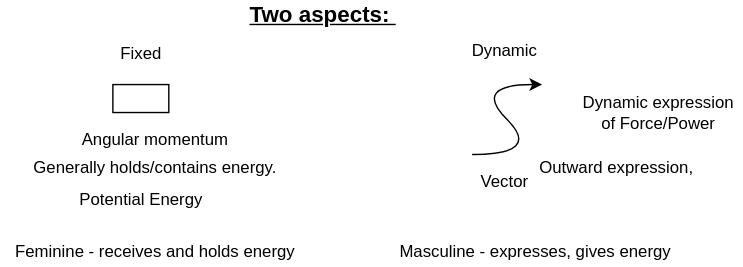
The draw.io diagram site/posts/img/qkab/two aspects of energy.svg in jewelsofthought/neshama, before a commit. Source tidied: cells renumbered, new cells last; positions are measured from the earlier drawing's top-left corner, leaving out a move shared by most shapes. Source of this version:
```xml
<mxGraphModel>
  <root>
    <mxCell id="0" />
    <mxCell id="1" parent="0" />
    <mxCell id="2" value="&lt;b&gt;&lt;u&gt;Two aspects:&amp;nbsp;&lt;/u&gt;&lt;/b&gt;" style="text;html=1;align=center;verticalAlign=middle;strokeColor=none;fillColor=none;fontSize=16;" parent="1" vertex="1">
      <mxGeometry x="170" width="120" height="20" as="geometry" />
    </mxCell>
    <mxCell id="3" value="Fixed" style="text;html=1;align=center;verticalAlign=middle;strokeColor=none;fillColor=none;" parent="1" vertex="1">
      <mxGeometry x="80" y="28" width="40" height="20" as="geometry" />
    </mxCell>
    <mxCell id="4" value="Dynamic" style="text;html=1;align=center;verticalAlign=middle;strokeColor=none;fillColor=none;" parent="1" vertex="1">
      <mxGeometry x="330" y="26" width="60" height="20" as="geometry" />
    </mxCell>
    <mxCell id="5" style="rounded=0;whiteSpace=wrap;html=1;" parent="1" vertex="1">
      <mxGeometry x="80" y="60" width="40" height="20" as="geometry" />
    </mxCell>
    <mxCell id="6" style="curved=1;endArrow=classic;html=1;rounded=0;" parent="1" edge="1">
      <mxGeometry relative="1" as="geometry">
        <mxPoint x="337" y="110" as="sourcePoint" />
        <mxPoint x="387" y="60" as="targetPoint" />
        <Array as="points">
          <mxPoint x="387" y="110" />
          <mxPoint x="337" y="60" />
        </Array>
      </mxGeometry>
    </mxCell>
    <mxCell id="7" value="Vector" style="text;html=1;align=center;verticalAlign=middle;strokeColor=none;fillColor=none;" parent="1" vertex="1">
      <mxGeometry x="335" y="120" width="50" height="20" as="geometry" />
    </mxCell>
    <mxCell id="8" value="Angular momentum&lt;br&gt;" style="text;html=1;align=center;verticalAlign=middle;strokeColor=none;fillColor=none;" parent="1" vertex="1">
      <mxGeometry x="50" y="90" width="120" height="20" as="geometry" />
    </mxCell>
    <mxCell id="9" value="Generally holds/contains energy." style="text;html=1;align=center;verticalAlign=middle;strokeColor=none;fillColor=none;" parent="1" vertex="1">
      <mxGeometry x="15" y="110" width="190" height="20" as="geometry" />
    </mxCell>
    <mxCell id="10" value="Potential Energy" style="text;html=1;align=center;verticalAlign=middle;strokeColor=none;fillColor=none;" parent="1" vertex="1">
      <mxGeometry x="50" y="133" width="100" height="20" as="geometry" />
    </mxCell>
    <mxCell id="11" value="Dynamic expression&lt;br&gt;of Force/Power" style="text;html=1;align=center;verticalAlign=middle;strokeColor=none;fillColor=none;" parent="1" vertex="1">
      <mxGeometry x="410" y="65" width="120" height="30" as="geometry" />
    </mxCell>
    <mxCell id="12" value="Outward expression," style="text;html=1;align=center;verticalAlign=middle;strokeColor=none;fillColor=none;" parent="1" vertex="1">
      <mxGeometry x="375" y="110" width="130" height="20" as="geometry" />
    </mxCell>
    <mxCell id="13" value="Feminine - receives and holds energy" style="text;html=1;align=center;verticalAlign=middle;strokeColor=none;fillColor=none;" parent="1" vertex="1">
      <mxGeometry y="170" width="220" height="20" as="geometry" />
    </mxCell>
    <mxCell id="14" value="Masculine - expresses, gives energy" style="text;html=1;align=center;verticalAlign=middle;strokeColor=none;fillColor=none;" parent="1" vertex="1">
      <mxGeometry x="277" y="170" width="210" height="20" as="geometry" />
    </mxCell>
  </root>
</mxGraphModel>
```
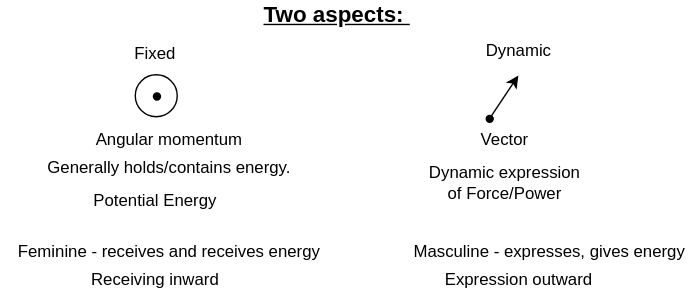
The same diagram one commit later.

Diff of the diagram source:
```diff
@@ -11,21 +11,8 @@
     <mxCell id="4" value="Dynamic" style="text;html=1;align=center;verticalAlign=middle;strokeColor=none;fillColor=none;" parent="1" vertex="1">
       <mxGeometry x="330" y="26" width="60" height="20" as="geometry" />
     </mxCell>
-    <mxCell id="5" style="rounded=0;whiteSpace=wrap;html=1;" parent="1" vertex="1">
-      <mxGeometry x="80" y="60" width="40" height="20" as="geometry" />
-    </mxCell>
-    <mxCell id="6" style="curved=1;endArrow=classic;html=1;rounded=0;" parent="1" edge="1">
-      <mxGeometry relative="1" as="geometry">
-        <mxPoint x="337" y="110" as="sourcePoint" />
-        <mxPoint x="387" y="60" as="targetPoint" />
-        <Array as="points">
-          <mxPoint x="387" y="110" />
-          <mxPoint x="337" y="60" />
-        </Array>
-      </mxGeometry>
-    </mxCell>
     <mxCell id="7" value="Vector" style="text;html=1;align=center;verticalAlign=middle;strokeColor=none;fillColor=none;" parent="1" vertex="1">
-      <mxGeometry x="335" y="120" width="50" height="20" as="geometry" />
+      <mxGeometry x="325" y="90" width="50" height="20" as="geometry" />
     </mxCell>
     <mxCell id="8" value="Angular momentum&lt;br&gt;" style="text;html=1;align=center;verticalAlign=middle;strokeColor=none;fillColor=none;" parent="1" vertex="1">
       <mxGeometry x="50" y="90" width="120" height="20" as="geometry" />
@@ -37,16 +24,37 @@
       <mxGeometry x="50" y="133" width="100" height="20" as="geometry" />
     </mxCell>
     <mxCell id="11" value="Dynamic expression&lt;br&gt;of Force/Power" style="text;html=1;align=center;verticalAlign=middle;strokeColor=none;fillColor=none;" parent="1" vertex="1">
-      <mxGeometry x="410" y="65" width="120" height="30" as="geometry" />
+      <mxGeometry x="290" y="115" width="120" height="30" as="geometry" />
     </mxCell>
-    <mxCell id="12" value="Outward expression," style="text;html=1;align=center;verticalAlign=middle;strokeColor=none;fillColor=none;" parent="1" vertex="1">
-      <mxGeometry x="375" y="110" width="130" height="20" as="geometry" />
+    <mxCell id="12" value="Expression outward" style="text;html=1;align=center;verticalAlign=middle;strokeColor=none;fillColor=none;" parent="1" vertex="1">
+      <mxGeometry x="295" y="185" width="130" height="30" as="geometry" />
     </mxCell>
-    <mxCell id="13" value="Feminine - receives and holds energy" style="text;html=1;align=center;verticalAlign=middle;strokeColor=none;fillColor=none;" parent="1" vertex="1">
-      <mxGeometry y="170" width="220" height="20" as="geometry" />
+    <mxCell id="13" value="Feminine - receives and receives energy" style="text;html=1;align=center;verticalAlign=middle;strokeColor=none;fillColor=none;" parent="1" vertex="1">
+      <mxGeometry x="-10" y="165" width="240" height="30" as="geometry" />
     </mxCell>
     <mxCell id="14" value="Masculine - expresses, gives energy" style="text;html=1;align=center;verticalAlign=middle;strokeColor=none;fillColor=none;" parent="1" vertex="1">
       <mxGeometry x="277" y="170" width="210" height="20" as="geometry" />
     </mxCell>
+    <mxCell id="15" style="ellipse;whiteSpace=wrap;html=1;strokeWidth=1;" parent="1" vertex="1">
+      <mxGeometry x="86" y="53" width="30" height="30" as="geometry" />
+    </mxCell>
+    <mxCell id="16" value="Circle" parent="0" />
+    <mxCell id="17" value="Line" parent="0" />
+    <mxCell id="18" style="endArrow=classic;html=1;rounded=0;" parent="17" edge="1">
+      <mxGeometry relative="1" as="geometry">
+        <mxPoint x="340" y="83.5" as="sourcePoint" />
+        <mxPoint x="360" y="53.5" as="targetPoint" />
+      </mxGeometry>
+    </mxCell>
+    <mxCell id="19" value="Dot" parent="0" />
+    <mxCell id="20" style="ellipse;whiteSpace=wrap;html=1;fillColor=#000000;" parent="19" vertex="1">
+      <mxGeometry x="99" y="66" width="5" height="5" as="geometry" />
+    </mxCell>
+    <mxCell id="21" style="ellipse;whiteSpace=wrap;html=1;fillColor=#000000;" parent="19" vertex="1">
+      <mxGeometry x="337" y="82" width="5" height="5" as="geometry" />
+    </mxCell>
+    <mxCell id="22" value="Receiving inward" style="text;html=1;align=center;verticalAlign=middle;strokeColor=none;fillColor=none;" parent="19" vertex="1">
+      <mxGeometry x="45" y="185" width="110" height="30" as="geometry" />
+    </mxCell>
   </root>
 </mxGraphModel>
```
